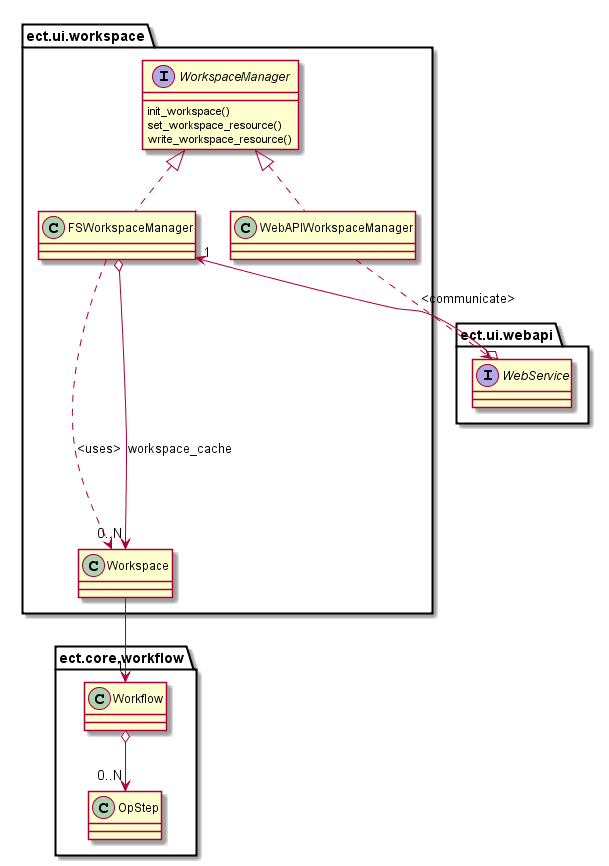
Before: doc/source/_static/uml/workspace.png, a diagram exported from PlantUML (CCI-Tools/cate). Source of this version:
```plantuml
@startuml

interface ect.ui.workspace.WorkspaceManager {
    init_workspace()
    set_workspace_resource()
    write_workspace_resource()
}

class ect.ui.workspace.FSWorkspaceManager implements ect.ui.workspace.WorkspaceManager {
}

class ect.ui.workspace.WebAPIWorkspaceManager implements ect.ui.workspace.WorkspaceManager {
}

interface ect.ui.webapi.WebService {
}

class ect.ui.workspace.Workspace {
}



ect.ui.workspace.WebAPIWorkspaceManager ..> ect.ui.webapi.WebService: <communicate>
ect.ui.workspace.FSWorkspaceManager ..--> ect.ui.workspace.Workspace: <uses>
ect.ui.workspace.FSWorkspaceManager o--> "0..N" ect.ui.workspace.Workspace: workspace_cache
ect.ui.webapi.WebService o--> "1" ect.ui.workspace.FSWorkspaceManager
ect.ui.workspace.Workspace --> "1" ect.core.workflow.Workflow

ect.core.workflow.Workflow o--> "0..N" ect.core.workflow.OpStep

@enduml
```
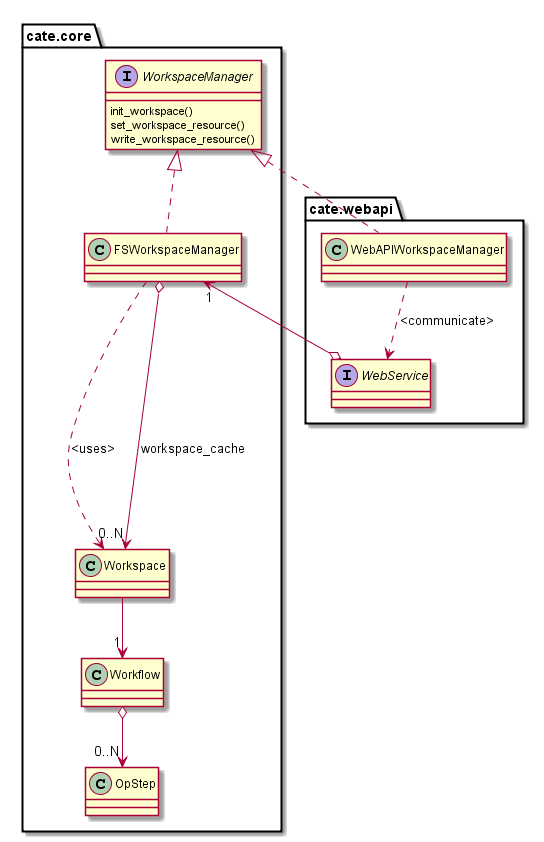
After the change.

Change to the diagram source:
```diff
@@ -1,31 +1,30 @@
 @startuml
 
-interface ect.ui.workspace.WorkspaceManager {
+interface cate.core.WorkspaceManager {
     init_workspace()
     set_workspace_resource()
     write_workspace_resource()
 }
 
-class ect.ui.workspace.FSWorkspaceManager implements ect.ui.workspace.WorkspaceManager {
+class cate.core.FSWorkspaceManager implements cate.core.WorkspaceManager {
 }
 
-class ect.ui.workspace.WebAPIWorkspaceManager implements ect.ui.workspace.WorkspaceManager {
+class cate.webapi.WebAPIWorkspaceManager implements cate.core.WorkspaceManager {
 }
 
-interface ect.ui.webapi.WebService {
+interface cate.webapi.WebService {
 }
 
-class ect.ui.workspace.Workspace {
+class cate.core.Workspace {
 }
 
 
 
-ect.ui.workspace.WebAPIWorkspaceManager ..> ect.ui.webapi.WebService: <communicate>
-ect.ui.workspace.FSWorkspaceManager ..--> ect.ui.workspace.Workspace: <uses>
-ect.ui.workspace.FSWorkspaceManager o--> "0..N" ect.ui.workspace.Workspace: workspace_cache
-ect.ui.webapi.WebService o--> "1" ect.ui.workspace.FSWorkspaceManager
-ect.ui.workspace.Workspace --> "1" ect.core.workflow.Workflow
-
-ect.core.workflow.Workflow o--> "0..N" ect.core.workflow.OpStep
+cate.webapi.WebAPIWorkspaceManager ..> cate.webapi.WebService: <communicate>
+cate.core.FSWorkspaceManager ..--> cate.core.Workspace: <uses>
+cate.core.FSWorkspaceManager o--> "0..N" cate.core.Workspace: workspace_cache
+cate.webapi.WebService o--> "1" cate.core.FSWorkspaceManager
+cate.core.Workspace --> "1" cate.core.Workflow
+cate.core.Workflow o--> "0..N" cate.core.OpStep
 
 @enduml
```
